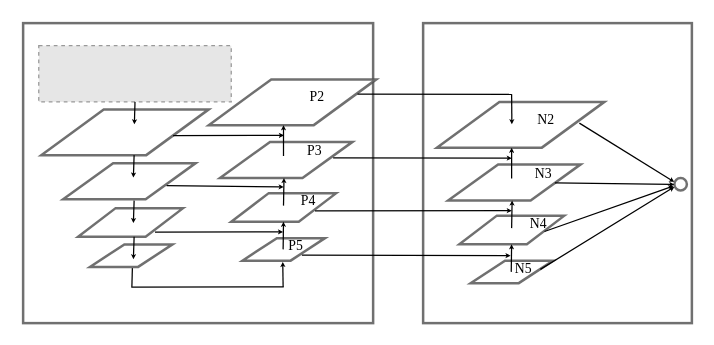
zjie134/blog_pic keeps this draw.io diagram as FPN-PAN.drawio. Above is the earlier version. Source tidied: cells renumbered, new cells numbered last; positions are measured from the earlier drawing's top-left corner, leaving out a move shared by most shapes. Both pictures are drawn from the tidied source at 125%, with x=0, y=0 at pixel (22, 22). Pictures stored in the file or linked from it are replaced by grey dashed boxes.
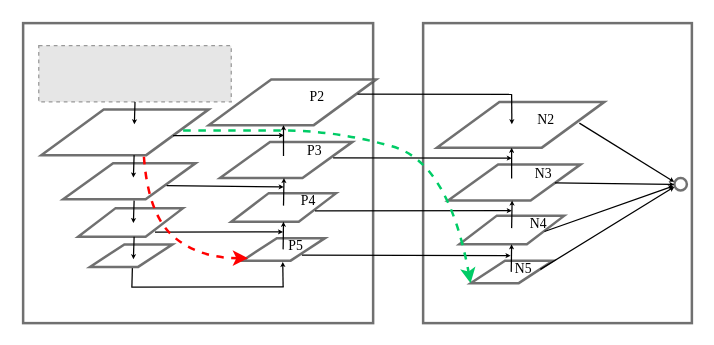
Above is the later version.

The change refers to these unchanged cells:
```xml
<mxCell id="5" style="shape=parallelogram;perimeter=parallelogramPerimeter;whiteSpace=wrap;html=1;fixedSize=1;strokeWidth=2;opacity=80;rotation=180;size=50;strokeColor=#4D4D4D;" parent="1" vertex="1">
  <mxGeometry x="14.5" y="69" width="134" height="36.6" as="geometry" />
</mxCell>
<mxCell id="28" style="shape=parallelogram;perimeter=parallelogramPerimeter;whiteSpace=wrap;html=1;fixedSize=1;strokeWidth=2;fillColor=none;opacity=80;rotation=180;size=27.5;strokeColor=#4D4D4D;" parent="1" vertex="1">
  <mxGeometry x="358" y="190" width="66" height="18" as="geometry" />
</mxCell>
```

Change to the diagram source:
```diff
@@
+    <mxCell id="51" style="curved=1;endArrow=classic;html=1;dashed=1;strokeColor=#FF0000;strokeWidth=2;exitX=0.387;exitY=-0.036;exitDx=0;exitDy=0;exitPerimeter=0;" parent="1" edge="1" source="5">
+      <mxGeometry relative="1" as="geometry">
+        <mxPoint x="180" y="188" as="targetPoint" />
+        <Array as="points">
+          <mxPoint x="100" y="153" />
+          <mxPoint x="140" y="188" />
+        </Array>
+      </mxGeometry>
+    </mxCell>
+    <mxCell id="52" style="curved=1;endArrow=classic;html=1;dashed=1;strokeWidth=2;exitX=0.387;exitY=-0.036;exitDx=0;exitDy=0;exitPerimeter=0;strokeColor=#00CC66;entryX=1;entryY=0;entryDx=0;entryDy=0;" parent="1" edge="1" target="28">
+      <mxGeometry relative="1" as="geometry">
+        <mxPoint x="128" y="85.9" as="sourcePoint" />
+        <Array as="points">
+          <mxPoint x="171" y="85.9" />
+          <mxPoint x="250" y="86" />
+          <mxPoint x="340" y="111" />
+        </Array>
+      </mxGeometry>
+    </mxCell>
```
